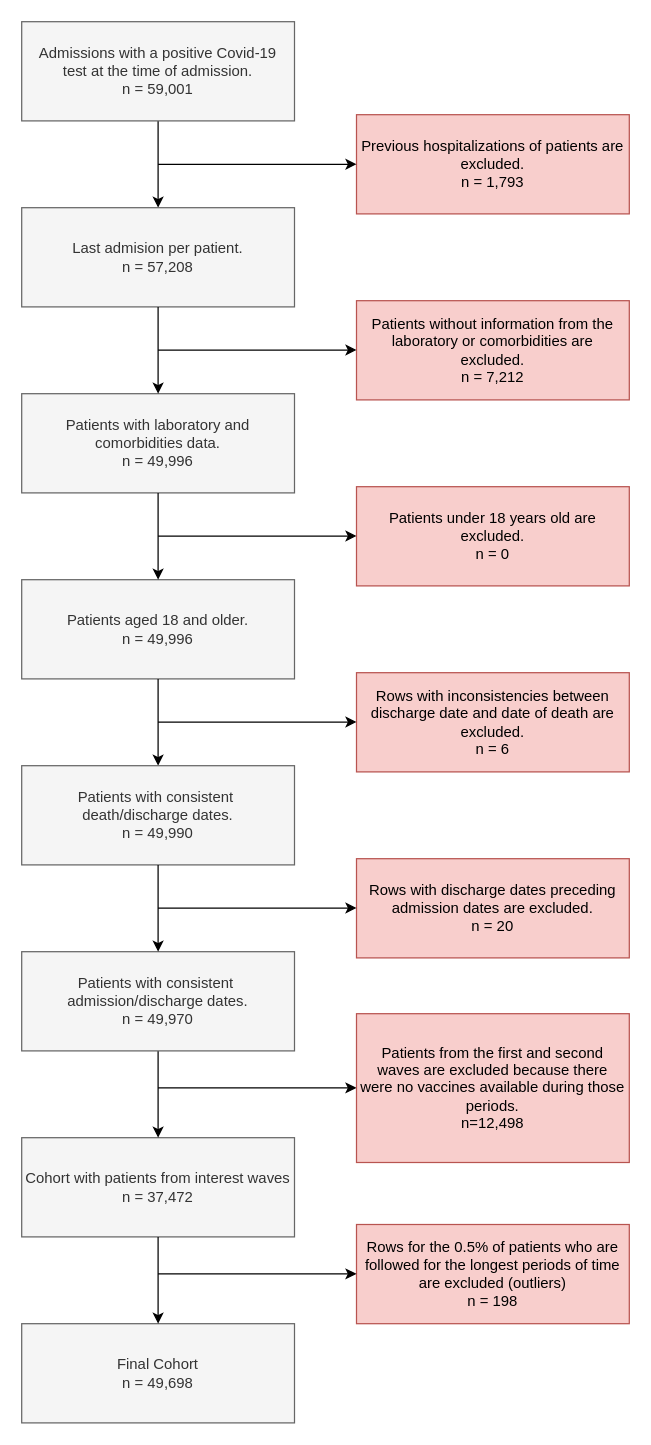
This is page "Página-1" (1 of 2) of 1_analysis/0_cleaning_flow_chart/flow_cleaning.drawio from jlgonrod/survival_vaccination_analysis, a draw.io file, before an edit. Source tidied: cells renumbered, new cells numbered last; positions are measured from the earlier drawing's top-left corner, leaving out a move shared by most shapes. Both pictures are drawn from the tidied source at 124%, with x=0, y=0 at pixel (21, 21).
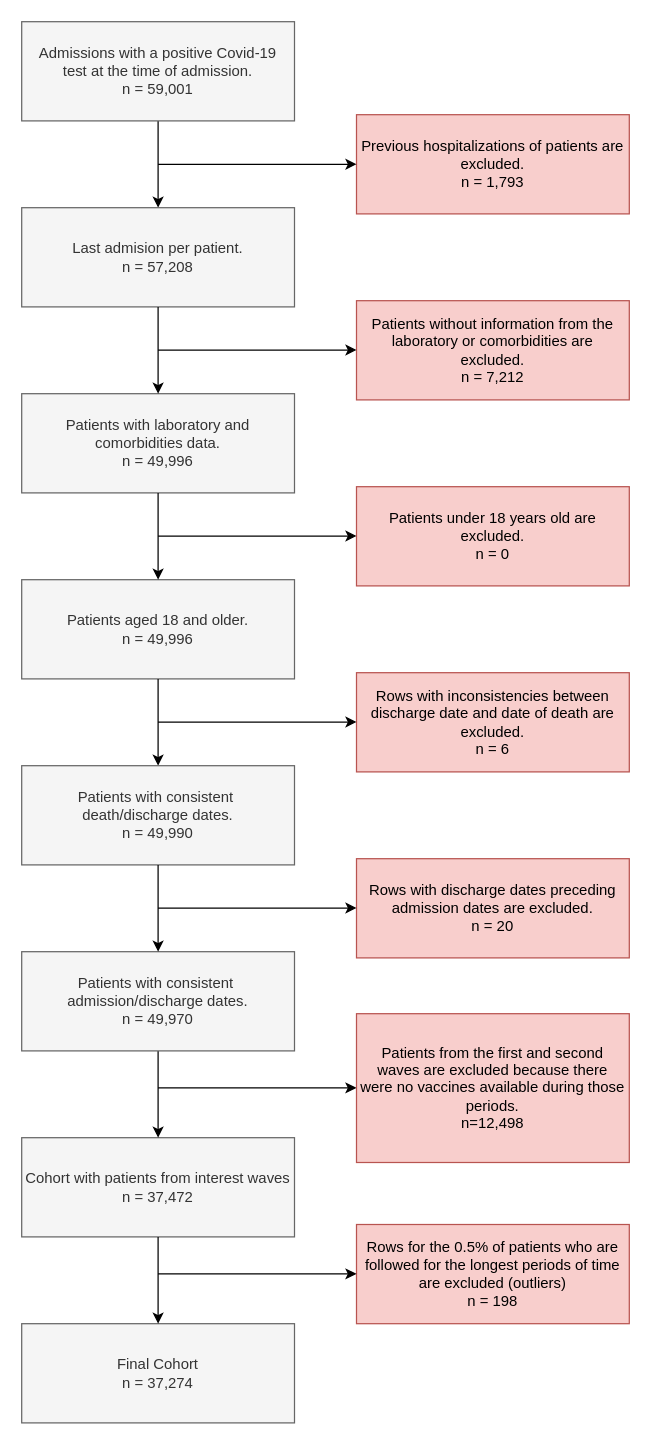
The same page after the edit.

Commit message (it also covers changes not shown here):
Flow chart modified to be more brief

Change to the diagram source:
```diff
@@
-    <mxCell id="27" value="Final Cohort&lt;br&gt;n = 49,698" style="rounded=0;whiteSpace=wrap;html=1;fillColor=#f5f5f5;fontColor=#333333;strokeColor=#666666;spacing=4;" parent="1" vertex="1">
+    <mxCell id="27" value="Final Cohort&lt;br&gt;n = 37,274" style="rounded=0;whiteSpace=wrap;html=1;fillColor=#f5f5f5;fontColor=#333333;strokeColor=#666666;spacing=4;" parent="1" vertex="1">
       <mxGeometry y="1050" width="220" height="80" as="geometry" />
     </mxCell>
```
